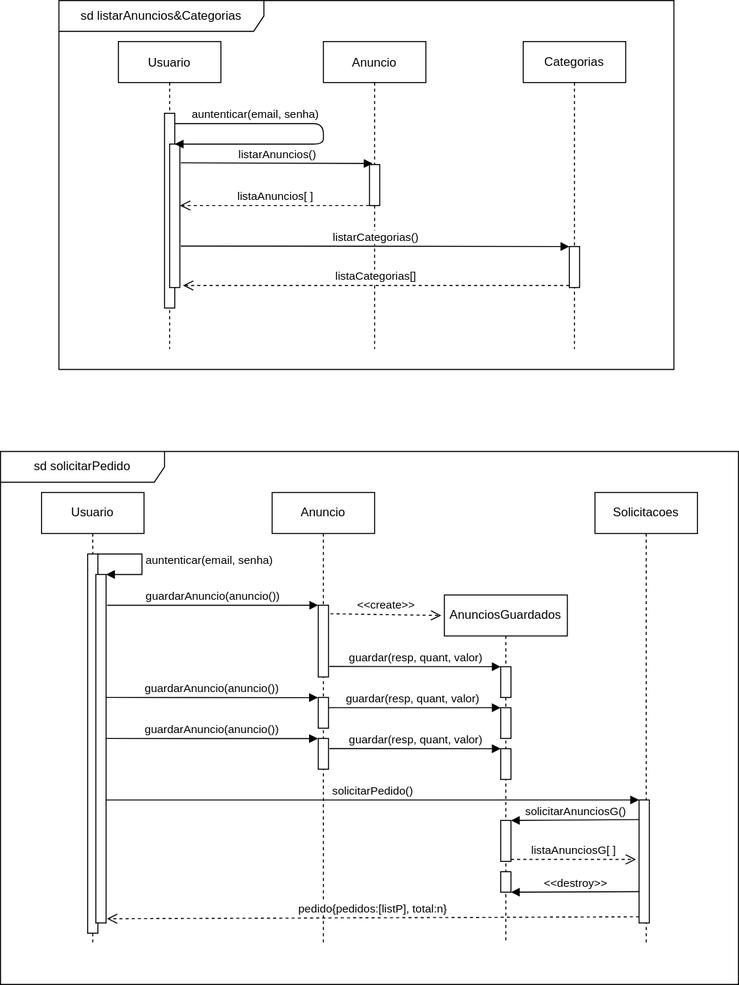
Before: Diagramas/Sequencia.drawio.svg, a diagram exported from draw.io (yanturck/carshopservices). Source tidied: cells renumbered, new cells last; positions are measured from the earlier drawing's top-left corner, leaving out a move shared by most shapes.
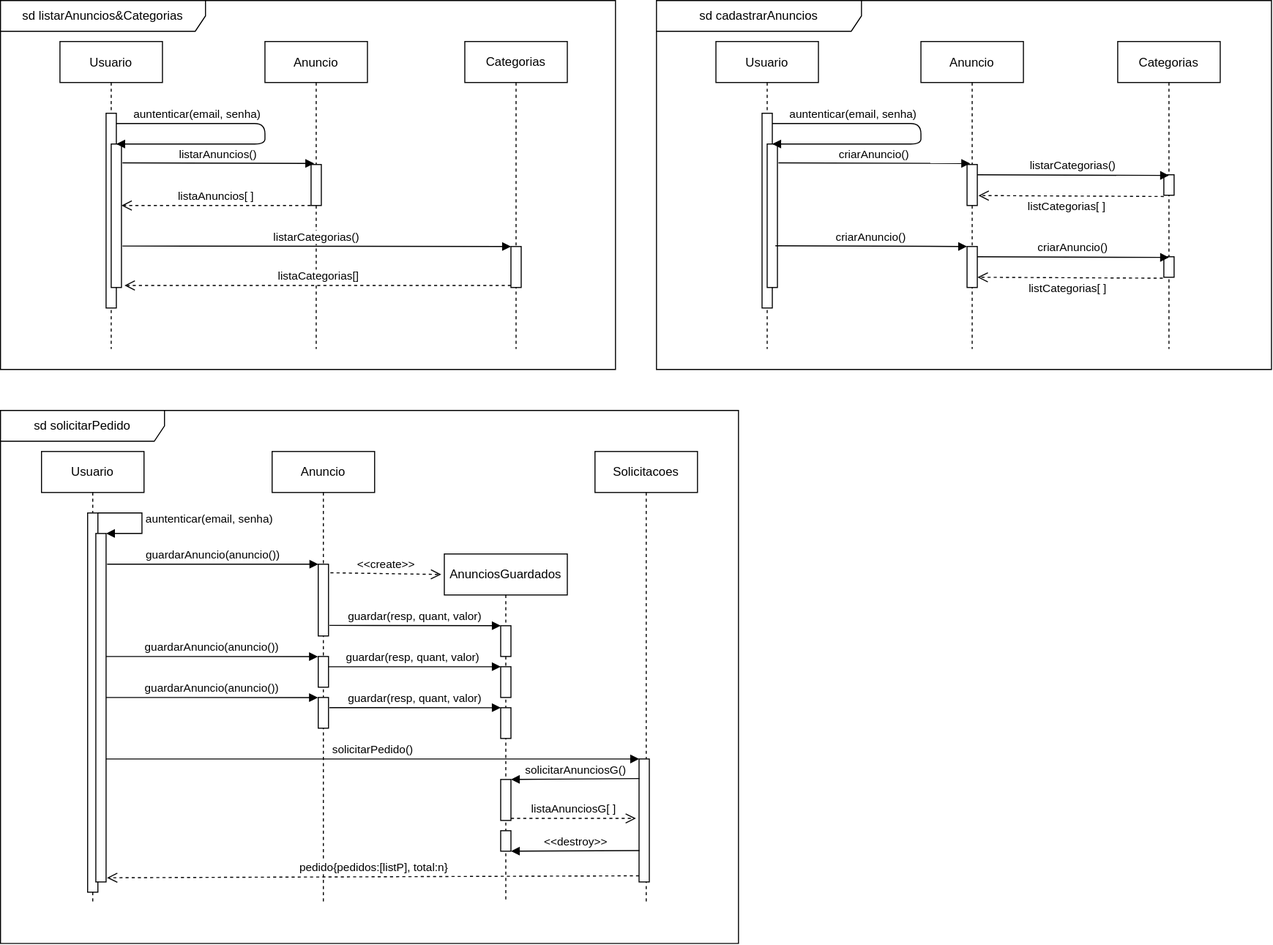
Later version of the same file.

Commit message:
Add do Diagrama de Casos de Uso e pequenas melhorias nos demais

What changed in the source:
```diff
@@ -3,7 +3,7 @@
     <mxCell id="0" />
     <mxCell id="1" parent="0" />
     <mxCell id="2" value="Usuario" style="shape=umlLifeline;perimeter=lifelinePerimeter;rounded=0;shadow=0;strokeWidth=1;" parent="1" vertex="1">
-      <mxGeometry x="115" y="40" width="100" height="300" as="geometry" />
+      <mxGeometry x="58" y="80" width="100" height="300" as="geometry" />
     </mxCell>
     <mxCell id="3" style="points=[];perimeter=orthogonalPerimeter;rounded=0;shadow=0;strokeWidth=1;" parent="2" vertex="1">
       <mxGeometry x="45" y="70" width="10" height="190" as="geometry" />
@@ -21,35 +21,35 @@
       </mxGeometry>
     </mxCell>
     <mxCell id="6" value="Anuncio" style="shape=umlLifeline;perimeter=lifelinePerimeter;rounded=0;shadow=0;strokeWidth=1;" parent="1" vertex="1">
-      <mxGeometry x="315" y="40" width="100" height="300" as="geometry" />
+      <mxGeometry x="258" y="80" width="100" height="300" as="geometry" />
     </mxCell>
     <mxCell id="7" style="points=[];perimeter=orthogonalPerimeter;rounded=0;shadow=0;strokeWidth=1;" parent="6" vertex="1">
       <mxGeometry x="45" y="120" width="10" height="40" as="geometry" />
     </mxCell>
     <mxCell id="8" value="listarAnuncios()" style="html=1;verticalAlign=bottom;endArrow=block;exitX=1.1;exitY=0.131;exitDx=0;exitDy=0;exitPerimeter=0;" parent="1" edge="1" source="4">
       <mxGeometry relative="1" as="geometry">
-        <mxPoint x="363" y="159" as="targetPoint" />
+        <mxPoint x="306" y="199" as="targetPoint" />
       </mxGeometry>
     </mxCell>
     <mxCell id="9" value="listaAnuncios[ ]" style="html=1;verticalAlign=bottom;endArrow=open;dashed=1;endSize=8;exitX=-0.043;exitY=1;exitDx=0;exitDy=0;exitPerimeter=0;" parent="1" edge="1" source="7" target="4">
       <mxGeometry relative="1" as="geometry" />
     </mxCell>
     <mxCell id="10" value="Categorias" style="shape=umlLifeline;perimeter=lifelinePerimeter;whiteSpace=wrap;html=1;" parent="1" vertex="1">
-      <mxGeometry x="510" y="40" width="100" height="300" as="geometry" />
+      <mxGeometry x="453" y="80" width="100" height="300" as="geometry" />
     </mxCell>
     <mxCell id="11" style="html=1;points=[];perimeter=orthogonalPerimeter;" parent="1" vertex="1">
-      <mxGeometry x="555" y="240" width="10" height="40" as="geometry" />
+      <mxGeometry x="498" y="280" width="10" height="40" as="geometry" />
     </mxCell>
     <mxCell id="12" value="listarCategorias()" style="html=1;verticalAlign=bottom;endArrow=block;entryX=0;entryY=0;exitX=1.1;exitY=0.711;exitDx=0;exitDy=0;exitPerimeter=0;" parent="1" edge="1" source="4" target="11">
       <mxGeometry relative="1" as="geometry" />
     </mxCell>
     <mxCell id="13" value="listaCategorias[]" style="html=1;verticalAlign=bottom;endArrow=open;dashed=1;endSize=8;exitX=0;exitY=0.95;" parent="1" edge="1" source="11">
       <mxGeometry relative="1" as="geometry">
-        <mxPoint x="178" y="278" as="targetPoint" />
+        <mxPoint x="121" y="318" as="targetPoint" />
       </mxGeometry>
     </mxCell>
     <mxCell id="14" value="sd listarAnuncios&amp;amp;Categorias" style="shape=umlFrame;whiteSpace=wrap;html=1;width=200;height=30;swimlaneFillColor=none;" parent="1" vertex="1">
-      <mxGeometry x="57" width="600" height="360" as="geometry" />
+      <mxGeometry y="40" width="600" height="360" as="geometry" />
     </mxCell>
     <mxCell id="15" value="Usuario" style="shape=umlLifeline;perimeter=lifelinePerimeter;whiteSpace=wrap;html=1;" parent="1" vertex="1">
       <mxGeometry x="40" y="480" width="100" height="440" as="geometry" />
@@ -57,7 +57,7 @@
     <mxCell id="16" value="AnunciosGuardados" style="shape=umlLifeline;perimeter=lifelinePerimeter;whiteSpace=wrap;html=1;" parent="1" vertex="1">
       <mxGeometry x="433" y="580" width="120" height="340" as="geometry" />
     </mxCell>
-    <mxCell id="17" style="html=1;points=[];perimeter=orthogonalPerimeter;strokeColor=#000000;fillColor=#ffffff;gradientColor=none;" parent="16" vertex="1">
+    <mxCell id="17" style="html=1;points=[];perimeter=orthogonalPerimeter;" parent="16" vertex="1">
       <mxGeometry x="55" y="220" width="10" height="40" as="geometry" />
     </mxCell>
     <mxCell id="18" value="listaAnunciosG[ ]" style="html=1;verticalAlign=bottom;endArrow=open;dashed=1;endSize=8;exitX=1;exitY=0.95;" parent="16" edge="1" source="17">
@@ -68,10 +68,10 @@
     <mxCell id="19" value="Anuncio" style="shape=umlLifeline;perimeter=lifelinePerimeter;whiteSpace=wrap;html=1;" parent="1" vertex="1">
       <mxGeometry x="265" y="480" width="100" height="440" as="geometry" />
     </mxCell>
-    <mxCell id="20" style="html=1;points=[];perimeter=orthogonalPerimeter;strokeColor=#000000;fillColor=#ffffff;gradientColor=none;" parent="1" vertex="1">
+    <mxCell id="20" style="html=1;points=[];perimeter=orthogonalPerimeter;" parent="1" vertex="1">
       <mxGeometry x="85" y="540" width="10" height="370" as="geometry" />
     </mxCell>
-    <mxCell id="21" style="html=1;points=[];perimeter=orthogonalPerimeter;strokeColor=#000000;fillColor=#ffffff;gradientColor=none;" parent="1" vertex="1">
+    <mxCell id="21" style="html=1;points=[];perimeter=orthogonalPerimeter;" parent="1" vertex="1">
       <mxGeometry x="93" y="560" width="10" height="340" as="geometry" />
     </mxCell>
     <mxCell id="22" value="auntenticar(email, senha)" style="edgeStyle=orthogonalEdgeStyle;html=1;align=left;spacingLeft=2;endArrow=block;rounded=0;entryX=1;entryY=0;" parent="1" edge="1" source="20" target="21">
@@ -87,7 +87,7 @@
         <mxPoint x="430" y="600" as="targetPoint" />
       </mxGeometry>
     </mxCell>
-    <mxCell id="24" style="html=1;points=[];perimeter=orthogonalPerimeter;strokeColor=#000000;fillColor=#ffffff;gradientColor=none;" parent="1" vertex="1">
+    <mxCell id="24" style="html=1;points=[];perimeter=orthogonalPerimeter;" parent="1" vertex="1">
       <mxGeometry x="310" y="590" width="10" height="70" as="geometry" />
     </mxCell>
     <mxCell id="25" value="guardarAnuncio(anuncio())" style="html=1;verticalAlign=bottom;endArrow=block;entryX=0;entryY=0;" parent="1" edge="1" target="24">
@@ -95,7 +95,7 @@
         <mxPoint x="104" y="590" as="sourcePoint" />
       </mxGeometry>
     </mxCell>
-    <mxCell id="26" style="html=1;perimeter=orthogonalPerimeter;strokeColor=#000000;fillColor=#ffffff;gradientColor=none;" parent="1" vertex="1">
+    <mxCell id="26" style="html=1;perimeter=orthogonalPerimeter;" parent="1" vertex="1">
       <mxGeometry x="488" y="650" width="10" height="30" as="geometry" />
     </mxCell>
     <mxCell id="27" value="guardar(resp, quant, valor)" style="html=1;verticalAlign=bottom;endArrow=block;entryX=0;entryY=0;exitX=1.084;exitY=0.853;exitDx=0;exitDy=0;exitPerimeter=0;" parent="1" edge="1">
@@ -104,24 +104,24 @@
         <mxPoint x="488" y="650" as="targetPoint" />
       </mxGeometry>
     </mxCell>
-    <mxCell id="28" style="html=1;points=[];perimeter=orthogonalPerimeter;strokeColor=#000000;fillColor=#ffffff;gradientColor=none;" parent="1" vertex="1">
+    <mxCell id="28" style="html=1;points=[];perimeter=orthogonalPerimeter;labelBackgroundColor=none;" parent="1" vertex="1">
       <mxGeometry x="488" y="690" width="10" height="30" as="geometry" />
     </mxCell>
-    <mxCell id="29" value="&lt;span style=&quot;color: rgb(0 , 0 , 0) ; font-family: &amp;#34;helvetica&amp;#34; ; font-size: 11px ; font-style: normal ; font-weight: 400 ; letter-spacing: normal ; text-align: center ; text-indent: 0px ; text-transform: none ; word-spacing: 0px ; background-color: rgb(255 , 255 , 255) ; display: inline ; float: none&quot;&gt;guardar(resp, quant, valor)&lt;/span&gt;" style="html=1;verticalAlign=bottom;endArrow=block;entryX=0;entryY=0;" parent="1" edge="1" target="28">
+    <mxCell id="29" value="&lt;span style=&quot;font-family: helvetica; font-size: 11px; font-style: normal; font-weight: 400; letter-spacing: normal; text-align: center; text-indent: 0px; text-transform: none; word-spacing: 0px; display: inline; float: none;&quot;&gt;guardar(resp, quant, valor)&lt;/span&gt;" style="html=1;verticalAlign=bottom;endArrow=block;entryX=0;entryY=0;labelBackgroundColor=none;" parent="1" edge="1" target="28">
       <mxGeometry relative="1" as="geometry">
         <mxPoint x="315" y="690" as="sourcePoint" />
       </mxGeometry>
     </mxCell>
-    <mxCell id="30" style="html=1;points=[];perimeter=orthogonalPerimeter;strokeColor=#000000;fillColor=#ffffff;gradientColor=none;" parent="1" vertex="1">
+    <mxCell id="30" style="html=1;points=[];perimeter=orthogonalPerimeter;" parent="1" vertex="1">
       <mxGeometry x="488" y="730" width="10" height="30" as="geometry" />
     </mxCell>
-    <mxCell id="31" value="&lt;span style=&quot;color: rgb(0 , 0 , 0) ; font-family: &amp;#34;helvetica&amp;#34; ; font-size: 11px ; font-style: normal ; font-weight: 400 ; letter-spacing: normal ; text-align: center ; text-indent: 0px ; text-transform: none ; word-spacing: 0px ; background-color: rgb(255 , 255 , 255) ; display: inline ; float: none&quot;&gt;guardar(resp, quant, valor)&lt;/span&gt;" style="html=1;verticalAlign=bottom;endArrow=block;entryX=0;entryY=0;exitX=1.084;exitY=0.331;exitDx=0;exitDy=0;exitPerimeter=0;" parent="1" edge="1" source="33" target="30">
+    <mxCell id="31" value="&lt;span style=&quot;font-family: helvetica; font-size: 11px; font-style: normal; font-weight: 400; letter-spacing: normal; text-align: center; text-indent: 0px; text-transform: none; word-spacing: 0px; display: inline; float: none;&quot;&gt;guardar(resp, quant, valor)&lt;/span&gt;" style="html=1;verticalAlign=bottom;endArrow=block;entryX=0;entryY=0;exitX=1.084;exitY=0.331;exitDx=0;exitDy=0;exitPerimeter=0;labelBackgroundColor=none;" parent="1" edge="1" source="33" target="30">
       <mxGeometry relative="1" as="geometry" />
     </mxCell>
-    <mxCell id="32" style="html=1;perimeter=orthogonalPerimeter;strokeColor=#000000;fillColor=#ffffff;gradientColor=none;" parent="1" vertex="1">
+    <mxCell id="32" style="html=1;perimeter=orthogonalPerimeter;" parent="1" vertex="1">
       <mxGeometry x="310" y="680" width="10" height="30" as="geometry" />
     </mxCell>
-    <mxCell id="33" style="html=1;points=[];perimeter=orthogonalPerimeter;strokeColor=#000000;fillColor=#ffffff;gradientColor=none;" parent="1" vertex="1">
+    <mxCell id="33" style="html=1;points=[];perimeter=orthogonalPerimeter;" parent="1" vertex="1">
       <mxGeometry x="310" y="720" width="10" height="30" as="geometry" />
     </mxCell>
     <mxCell id="34" value="guardarAnuncio(anuncio())" style="html=1;verticalAlign=bottom;endArrow=block;entryX=0.081;entryY=0.357;entryDx=0;entryDy=0;entryPerimeter=0;exitX=1.117;exitY=0.345;exitDx=0;exitDy=0;exitPerimeter=0;" parent="1" edge="1">
@@ -136,10 +136,10 @@
         <mxPoint x="309.6" y="720.2" as="targetPoint" />
       </mxGeometry>
     </mxCell>
-    <mxCell id="36" value="Solicitacoes" style="shape=umlLifeline;perimeter=lifelinePerimeter;whiteSpace=wrap;html=1;strokeColor=#000000;fillColor=#ffffff;gradientColor=none;" parent="1" vertex="1">
+    <mxCell id="36" value="Solicitacoes" style="shape=umlLifeline;perimeter=lifelinePerimeter;whiteSpace=wrap;html=1;gradientColor=none;fillColor=none;" parent="1" vertex="1">
       <mxGeometry x="580" y="480" width="100" height="440" as="geometry" />
     </mxCell>
-    <mxCell id="37" style="html=1;points=[];perimeter=orthogonalPerimeter;strokeColor=#000000;fillColor=#ffffff;gradientColor=none;" parent="1" vertex="1">
+    <mxCell id="37" style="html=1;points=[];perimeter=orthogonalPerimeter;labelBackgroundColor=#ffffff;" parent="1" vertex="1">
       <mxGeometry x="623" y="780" width="10" height="120" as="geometry" />
     </mxCell>
     <mxCell id="38" value="solicitarPedido()" style="html=1;verticalAlign=bottom;endArrow=block;entryX=0;entryY=0;" parent="1" edge="1" target="37">
@@ -156,7 +156,7 @@
         <mxPoint x="498" y="800" as="targetPoint" />
       </mxGeometry>
     </mxCell>
-    <mxCell id="41" style="html=1;perimeter=orthogonalPerimeter;strokeColor=#000000;fillColor=#ffffff;gradientColor=none;" parent="1" vertex="1">
+    <mxCell id="41" style="html=1;perimeter=orthogonalPerimeter;" parent="1" vertex="1">
       <mxGeometry x="488" y="850" width="10" height="20" as="geometry" />
     </mxCell>
     <mxCell id="42" value="&amp;lt;&amp;lt;destroy&amp;gt;&amp;gt;" style="html=1;verticalAlign=bottom;endArrow=block;entryX=1;entryY=0;exitX=0.051;exitY=0.745;exitDx=0;exitDy=0;exitPerimeter=0;" parent="1" edge="1" source="37">
@@ -164,8 +164,82 @@
         <mxPoint x="498" y="870" as="targetPoint" />
       </mxGeometry>
     </mxCell>
-    <mxCell id="43" value="sd solicitarPedido" style="shape=umlFrame;whiteSpace=wrap;html=1;strokeColor=#000000;fillColor=#ffffff;gradientColor=none;width=160;height=30;" parent="1" vertex="1">
+    <mxCell id="43" value="sd solicitarPedido" style="shape=umlFrame;whiteSpace=wrap;html=1;gradientColor=none;width=160;height=30;fillColor=none;" parent="1" vertex="1">
       <mxGeometry y="440" width="720" height="520" as="geometry" />
     </mxCell>
+    <mxCell id="44" value="Usuario" style="shape=umlLifeline;perimeter=lifelinePerimeter;rounded=0;shadow=0;strokeWidth=1;" parent="1" vertex="1">
+      <mxGeometry x="698" y="80" width="100" height="300" as="geometry" />
+    </mxCell>
+    <mxCell id="45" style="points=[];perimeter=orthogonalPerimeter;rounded=0;shadow=0;strokeWidth=1;" parent="44" vertex="1">
+      <mxGeometry x="45" y="70" width="10" height="190" as="geometry" />
+    </mxCell>
+    <mxCell id="46" style="points=[];perimeter=orthogonalPerimeter;rounded=0;shadow=0;strokeWidth=1;" parent="44" vertex="1">
+      <mxGeometry x="50" y="100" width="10" height="140" as="geometry" />
+    </mxCell>
+    <mxCell id="47" value="auntenticar(email, senha)" style="verticalAlign=bottom;endArrow=block;shadow=0;strokeWidth=1;" parent="44" edge="1" source="45">
+      <mxGeometry x="-0.49" relative="1" as="geometry">
+        <mxPoint x="55" y="100" as="targetPoint" />
+        <Array as="points">
+          <mxPoint x="200" y="80" />
+          <mxPoint x="200" y="100" />
+        </Array>
+      </mxGeometry>
+    </mxCell>
+    <mxCell id="48" value="Anuncio" style="shape=umlLifeline;perimeter=lifelinePerimeter;rounded=0;shadow=0;strokeWidth=1;" parent="1" vertex="1">
+      <mxGeometry x="898" y="80" width="100" height="300" as="geometry" />
+    </mxCell>
+    <mxCell id="49" style="perimeter=orthogonalPerimeter;rounded=0;shadow=0;strokeWidth=1;" parent="48" vertex="1">
+      <mxGeometry x="45" y="120" width="10" height="40" as="geometry" />
+    </mxCell>
+    <mxCell id="50" value="criarAnuncio()" style="html=1;verticalAlign=bottom;endArrow=block;exitX=1.1;exitY=0.131;exitDx=0;exitDy=0;exitPerimeter=0;" parent="1" edge="1" source="46">
+      <mxGeometry relative="1" as="geometry">
+        <mxPoint x="946" y="199" as="targetPoint" />
+      </mxGeometry>
+    </mxCell>
+    <mxCell id="51" value="sd cadastrarAnuncios" style="shape=umlFrame;whiteSpace=wrap;html=1;width=200;height=30;swimlaneFillColor=none;" parent="1" vertex="1">
+      <mxGeometry x="640" y="40" width="600" height="360" as="geometry" />
+    </mxCell>
+    <mxCell id="52" value="criarAnuncio()" style="html=1;verticalAlign=bottom;endArrow=block;exitX=1.1;exitY=0.131;exitDx=0;exitDy=0;exitPerimeter=0;" parent="1" edge="1">
+      <mxGeometry relative="1" as="geometry">
+        <mxPoint x="756" y="279.3" as="sourcePoint" />
+        <mxPoint x="943" y="280" as="targetPoint" />
+      </mxGeometry>
+    </mxCell>
+    <mxCell id="53" value="Categorias" style="shape=umlLifeline;perimeter=lifelinePerimeter;rounded=0;shadow=0;strokeWidth=1;" parent="1" vertex="1">
+      <mxGeometry x="1090" y="80" width="100" height="300" as="geometry" />
+    </mxCell>
+    <mxCell id="54" style="perimeter=orthogonalPerimeter;rounded=0;shadow=0;strokeWidth=1;" parent="53" vertex="1">
+      <mxGeometry x="45" y="130" width="10" height="20" as="geometry" />
+    </mxCell>
+    <mxCell id="55" style="perimeter=orthogonalPerimeter;rounded=0;shadow=0;strokeWidth=1;" parent="1" vertex="1">
+      <mxGeometry x="1135" y="290" width="10" height="20" as="geometry" />
+    </mxCell>
+    <mxCell id="56" style="perimeter=orthogonalPerimeter;rounded=0;shadow=0;strokeWidth=1;" parent="1" vertex="1">
+      <mxGeometry x="943" y="280" width="10" height="40" as="geometry" />
+    </mxCell>
+    <mxCell id="57" value="listarCategorias()" style="html=1;verticalAlign=bottom;endArrow=block;exitX=1.1;exitY=0.131;exitDx=0;exitDy=0;exitPerimeter=0;" parent="1" edge="1">
+      <mxGeometry relative="1" as="geometry">
+        <mxPoint x="953" y="210" as="sourcePoint" />
+        <mxPoint x="1140" y="210.7" as="targetPoint" />
+      </mxGeometry>
+    </mxCell>
+    <mxCell id="58" value="criarAnuncio()" style="html=1;verticalAlign=bottom;endArrow=block;exitX=1.1;exitY=0.131;exitDx=0;exitDy=0;exitPerimeter=0;" parent="1" edge="1">
+      <mxGeometry relative="1" as="geometry">
+        <mxPoint x="953" y="290" as="sourcePoint" />
+        <mxPoint x="1140" y="290.7" as="targetPoint" />
+      </mxGeometry>
+    </mxCell>
+    <mxCell id="59" value="listCategorias[ ]" style="html=1;verticalAlign=bottom;endArrow=open;dashed=1;endSize=8;entryX=1.112;entryY=0.757;entryDx=0;entryDy=0;entryPerimeter=0;exitX=-0.007;exitY=1.06;exitDx=0;exitDy=0;exitPerimeter=0;" parent="1" edge="1">
+      <mxGeometry x="0.05" y="19" relative="1" as="geometry">
+        <mxPoint x="1134.9" y="231.2" as="sourcePoint" />
+        <mxPoint x="954.1" y="230.3" as="targetPoint" />
+      </mxGeometry>
+    </mxCell>
+    <mxCell id="60" value="listCategorias[ ]" style="html=1;verticalAlign=bottom;endArrow=open;dashed=1;endSize=8;entryX=1.112;entryY=0.757;entryDx=0;entryDy=0;entryPerimeter=0;exitX=-0.007;exitY=1.06;exitDx=0;exitDy=0;exitPerimeter=0;" parent="1" edge="1">
+      <mxGeometry x="0.04" y="20" relative="1" as="geometry">
+        <mxPoint x="1134" y="310.9" as="sourcePoint" />
+        <mxPoint x="953.2" y="310" as="targetPoint" />
+      </mxGeometry>
+    </mxCell>
   </root>
 </mxGraphModel>
```
